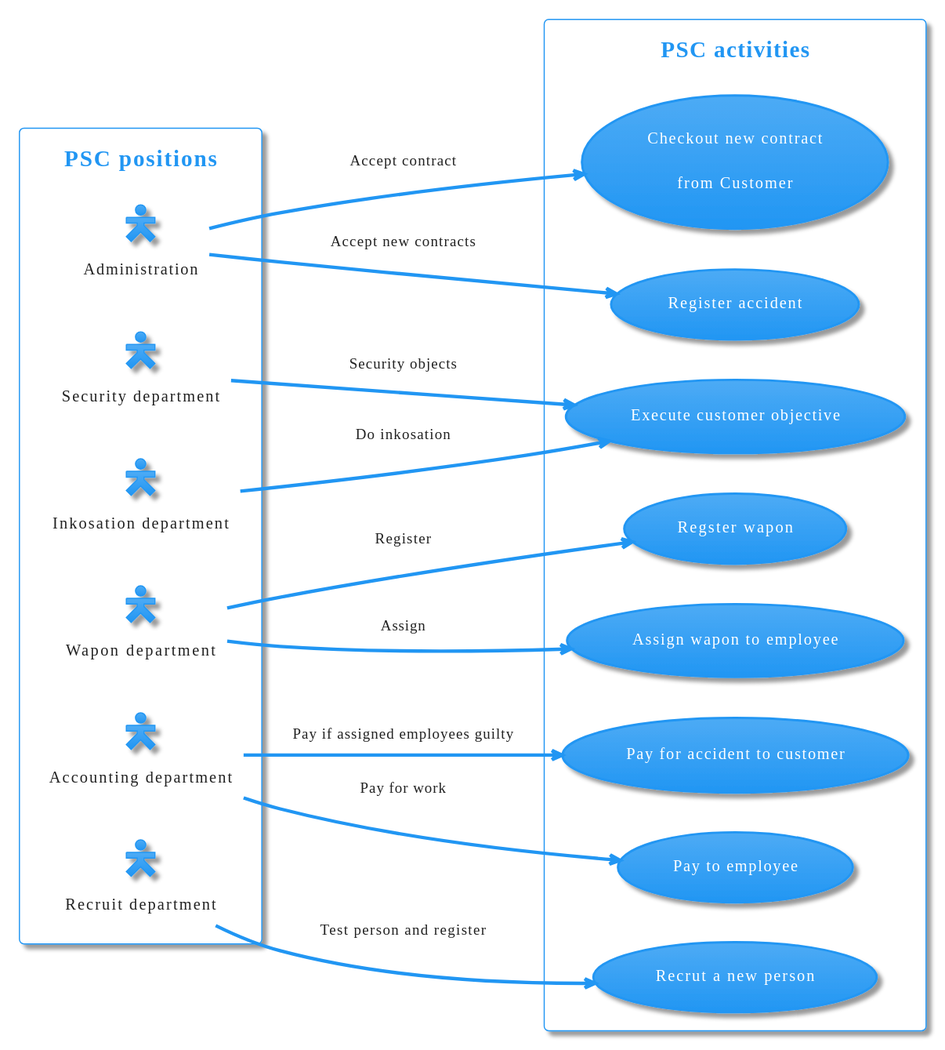
The PlantUML diagram docs/img/insideProcess.svg in siisgoo/siisty, before a commit. The source it was exported from:
```plantuml
@startuml
!theme materia

top to bottom direction
skinparam actorStyle Hollow

rectangle "PSC activities" {
left to right direction
usecase recrut as "Recrut a new person"
usecase accept as "Checkout new contract
from Customer"
usecase regAcc as "Register accident"
usecase regWpn as "Regster wapon"
usecase assignWpn as "Assign wapon to employee"
usecase payAcc as "Pay for accident to customer"
usecase payToEmpl as "Pay to employee"
usecase doWork as "Execute customer objective"
}

rectangle "PSC positions" {
actor Administration as adm
actor "Security department" as sec
actor "Inkosation department" as ink
actor "Wapon department" as wpn
actor "Accounting department" as acc
actor "Recruit department" as rec
}

adm -down-> accept: "Accept contract"

acc -down-> payToEmpl: "Pay for work"
acc -down-> payAcc: "Pay if assigned employees guilty"

ink -down-> doWork: "Do inkosation"
sec -down-> doWork: "Security objects"

wpn -down-> regWpn: "Register"
wpn -down-> assignWpn: "Assign"

rec -down-> recrut: "Test person and register"

adm -down-> regAcc: "Accept new contracts"

@enduml
```
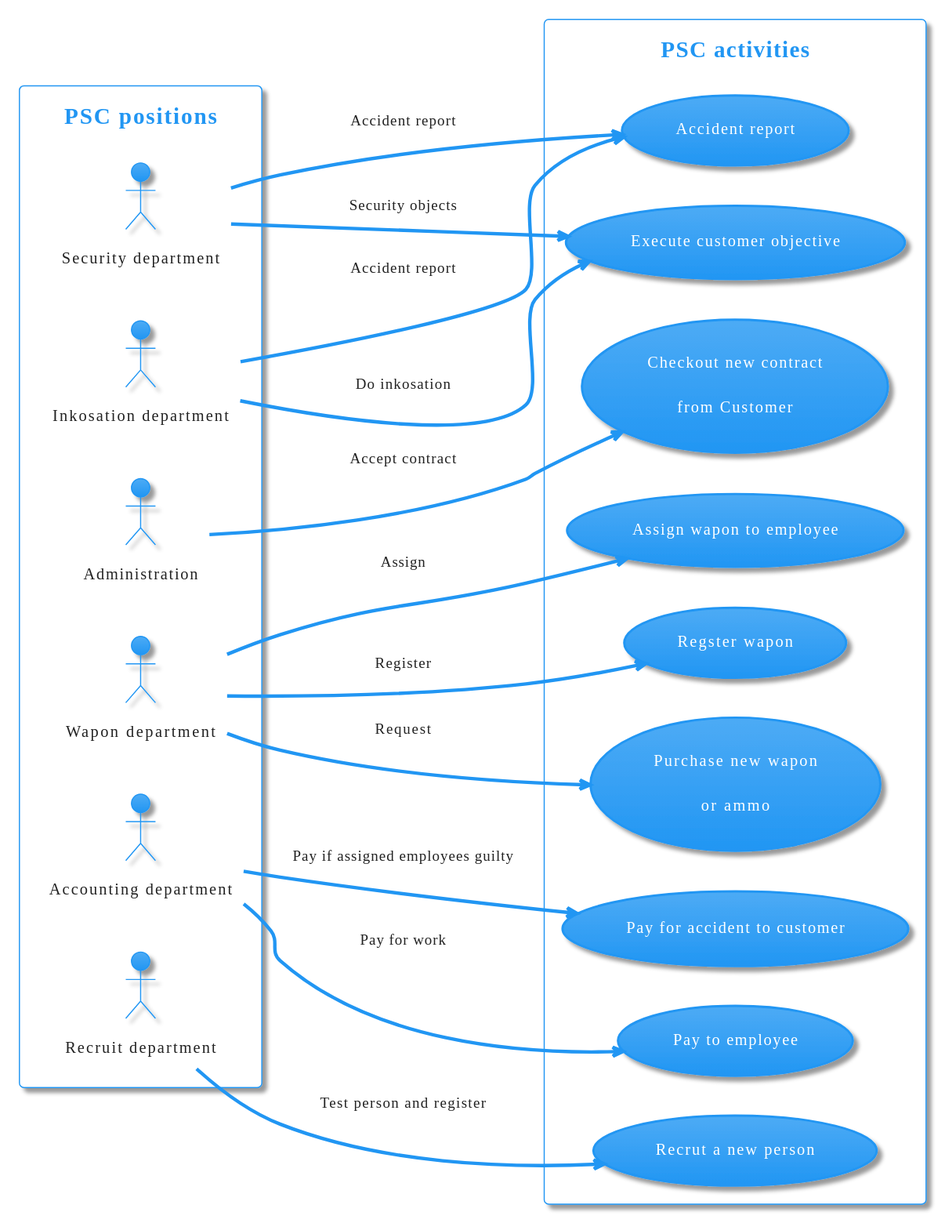
The same file after the commit.

The edit, as a diff of the source:
```diff
@@ -2,19 +2,20 @@
 !theme materia
 
 top to bottom direction
-skinparam actorStyle Hollow
 
 rectangle "PSC activities" {
 left to right direction
 usecase recrut as "Recrut a new person"
 usecase accept as "Checkout new contract
 from Customer"
-usecase regAcc as "Register accident"
 usecase regWpn as "Regster wapon"
+usecase buyWpn as "Purchase new wapon
+or ammo"
 usecase assignWpn as "Assign wapon to employee"
 usecase payAcc as "Pay for accident to customer"
 usecase payToEmpl as "Pay to employee"
 usecase doWork as "Execute customer objective"
+usecase report as "Accident report"
 }
 
 rectangle "PSC positions" {
@@ -34,11 +35,13 @@
 ink -down-> doWork: "Do inkosation"
 sec -down-> doWork: "Security objects"
 
+sec -> report: "Accident report"
+ink -> report: "Accident report"
+
+wpn -down-> buyWpn: "Request"
 wpn -down-> regWpn: "Register"
 wpn -down-> assignWpn: "Assign"
 
 rec -down-> recrut: "Test person and register"
 
-adm -down-> regAcc: "Accept new contracts"
-
 @enduml
```
